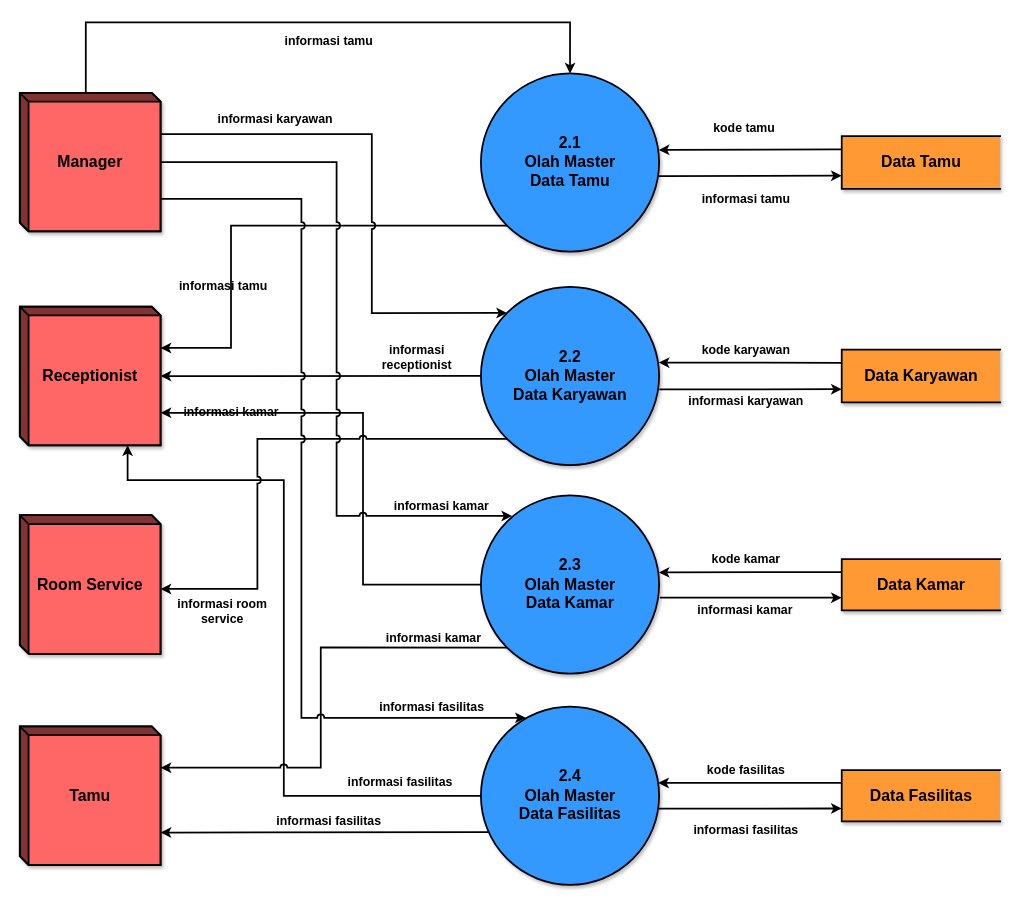
The draw.io diagram page "DFD LVL 2 Process 2 - Olah Master Data - NEW" (5 of 12) of Sistem Pemesanan Kamar Hotel - Data Flow Diagram.drawio in trueazp/System-Design-Analysis, before the edit. Source tidied: cells renumbered, new cells numbered last; positions are measured from the earlier drawing's top-left corner, leaving out a move shared by most shapes. Both pictures are drawn from the tidied source at 88%, with x=0, y=0 at pixel (19, 22).
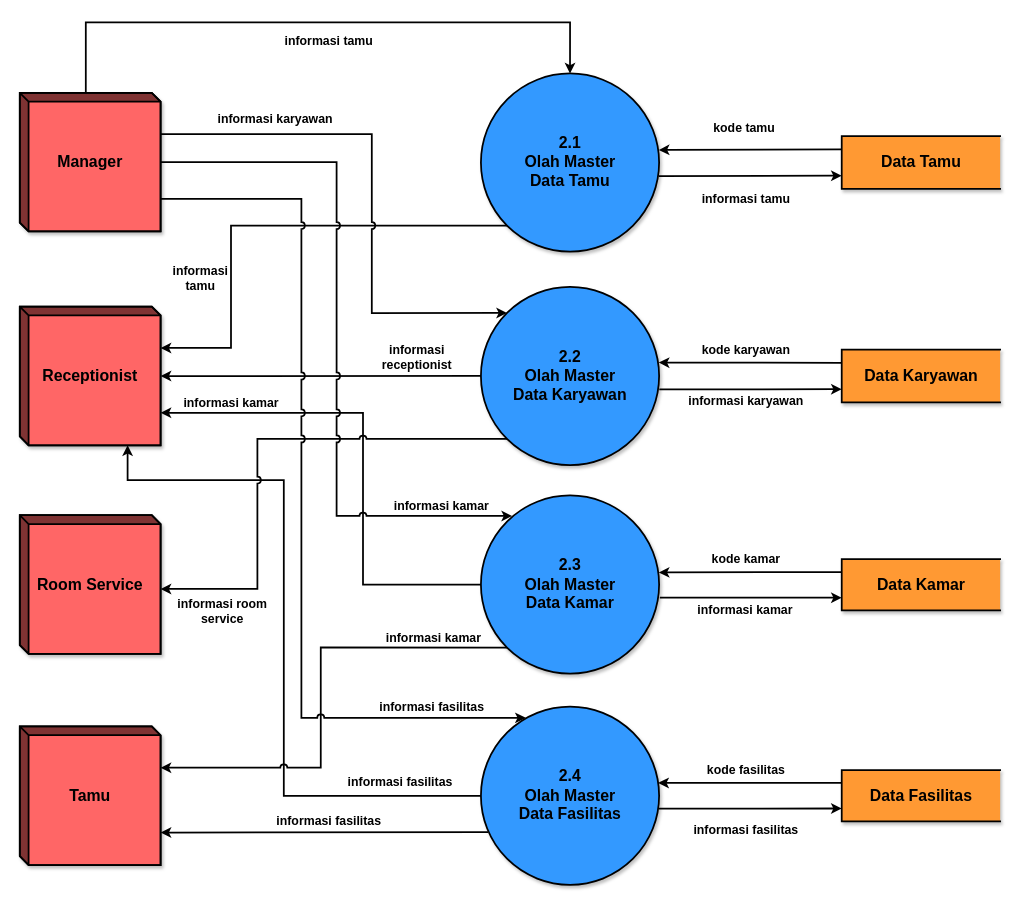
The same diagram, later.

Unchanged cells that the change refers to:
```xml
<mxCell id="25" style="edgeStyle=orthogonalEdgeStyle;rounded=0;jumpStyle=arc;jettySize=auto;html=1;entryX=0;entryY=0;entryDx=160;entryDy=46.875;entryPerimeter=0;labelBackgroundColor=none;fontSize=14;startArrow=none;startFill=0;endArrow=classic;endFill=1;strokeWidth=2;exitX=0;exitY=1;exitDx=0;exitDy=0;fontStyle=1;" parent="1" edge="1" source="27" target="24">
  <mxGeometry relative="1" as="geometry">
    <Array as="points">
      <mxPoint x="240" y="231" />
      <mxPoint x="240" y="370" />
    </Array>
  </mxGeometry>
</mxCell>
<mxCell id="33" style="edgeStyle=orthogonalEdgeStyle;rounded=0;jumpStyle=arc;jettySize=auto;html=1;entryX=0;entryY=0;entryDx=160;entryDy=120.625;entryPerimeter=0;labelBackgroundColor=none;fontSize=14;startArrow=none;startFill=0;endArrow=classic;endFill=1;strokeWidth=2;fontStyle=1;" parent="1" edge="1" source="35" target="24">
  <mxGeometry relative="1" as="geometry">
    <Array as="points">
      <mxPoint x="390" y="639" />
      <mxPoint x="390" y="444" />
    </Array>
  </mxGeometry>
</mxCell>
```

Diff of the diagram source:
```diff
@@
-    <mxCell id="26" value="informasi tamu" style="edgeLabel;html=1;align=center;verticalAlign=middle;fontSize=14;labelBackgroundColor=none;fontStyle=1;" parent="25" vertex="1">
+    <mxCell id="26" value="&lt;div&gt;informasi &lt;br&gt;&lt;/div&gt;&lt;div&gt;tamu&lt;/div&gt;" style="edgeLabel;html=1;align=center;verticalAlign=middle;fontSize=14;labelBackgroundColor=none;fontStyle=1;" parent="25" vertex="1">
       <mxGeometry x="0.38" y="-2" relative="1" as="geometry">
-        <mxPoint x="-8" y="14" as="offset" />
+        <mxPoint x="-34" y="4" as="offset" />
       </mxGeometry>
     </mxCell>
@@
     <mxCell id="34" value="informasi kamar" style="edgeLabel;html=1;align=center;verticalAlign=middle;fontSize=14;labelBackgroundColor=none;fontStyle=1;" parent="33" vertex="1">
       <mxGeometry x="0.78" y="-1" relative="1" as="geometry">
-        <mxPoint x="18" as="offset" />
+        <mxPoint x="18" y="-11" as="offset" />
       </mxGeometry>
     </mxCell>
```
